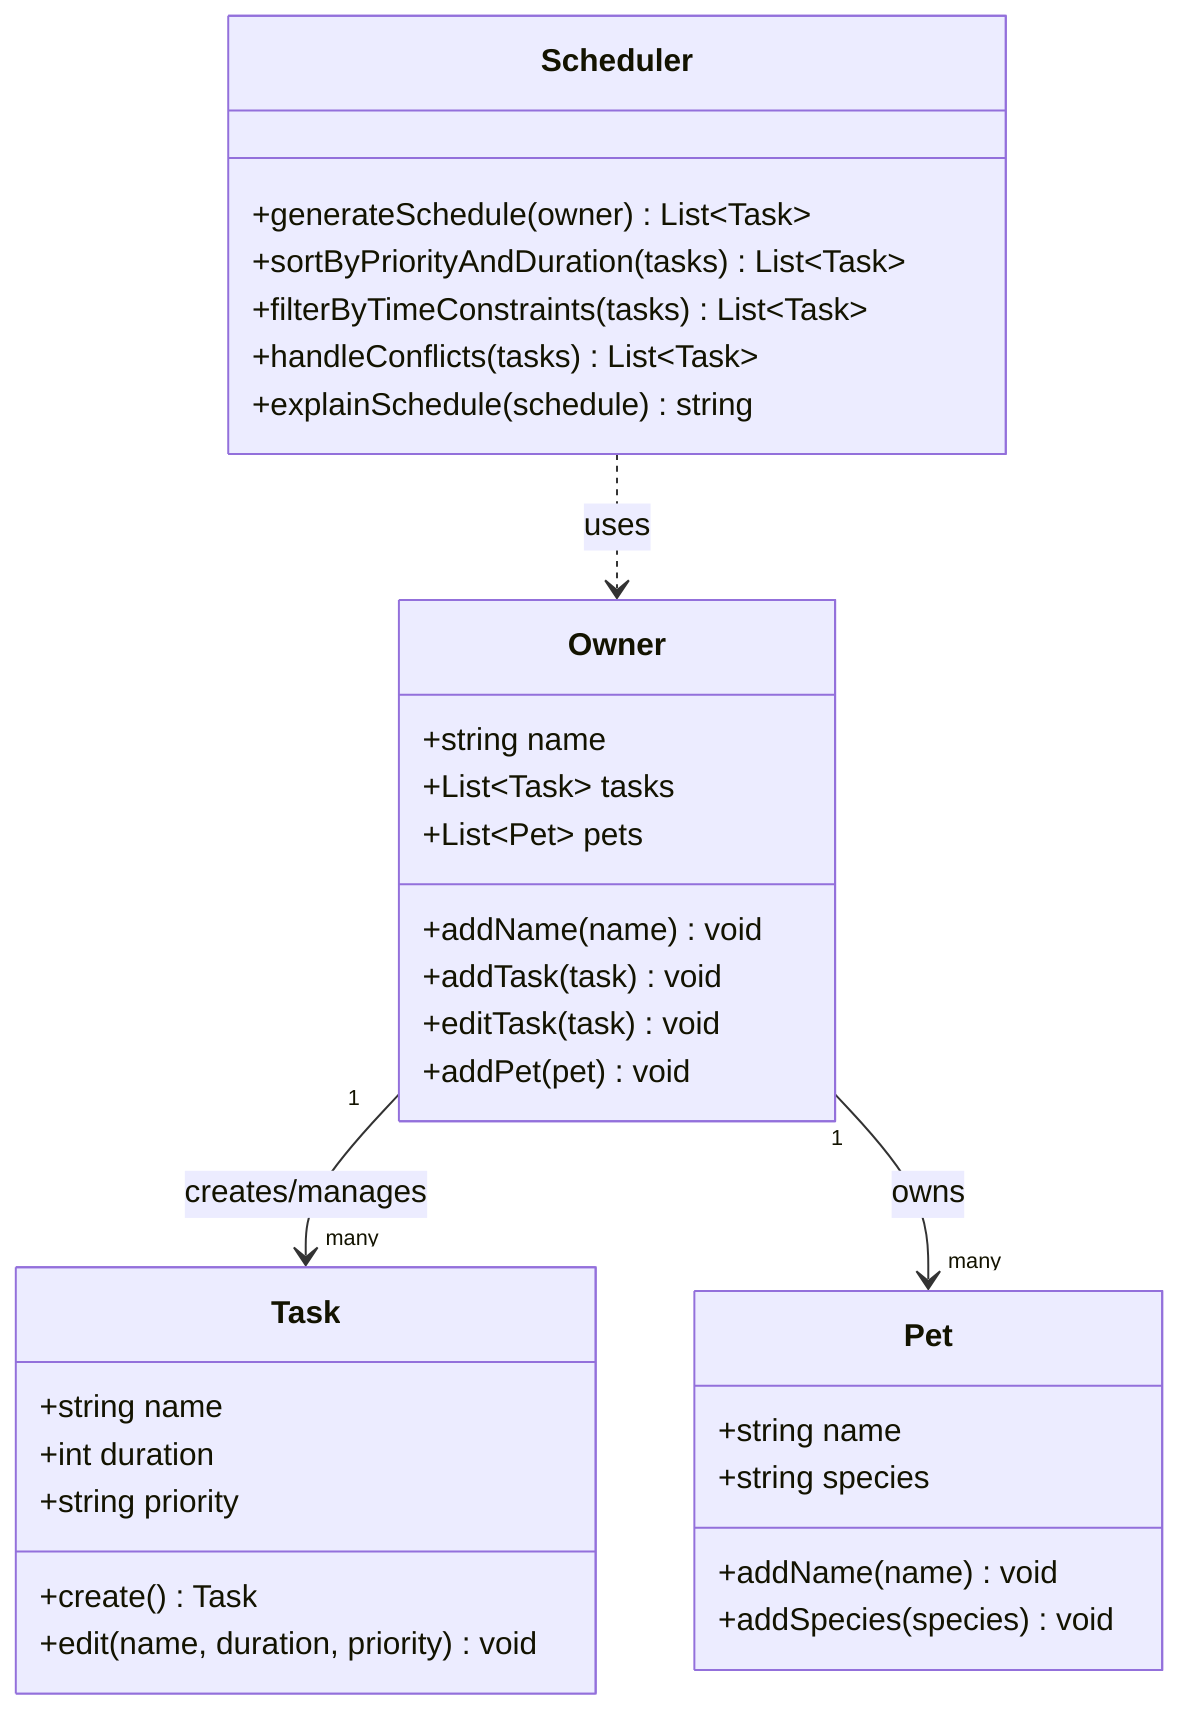
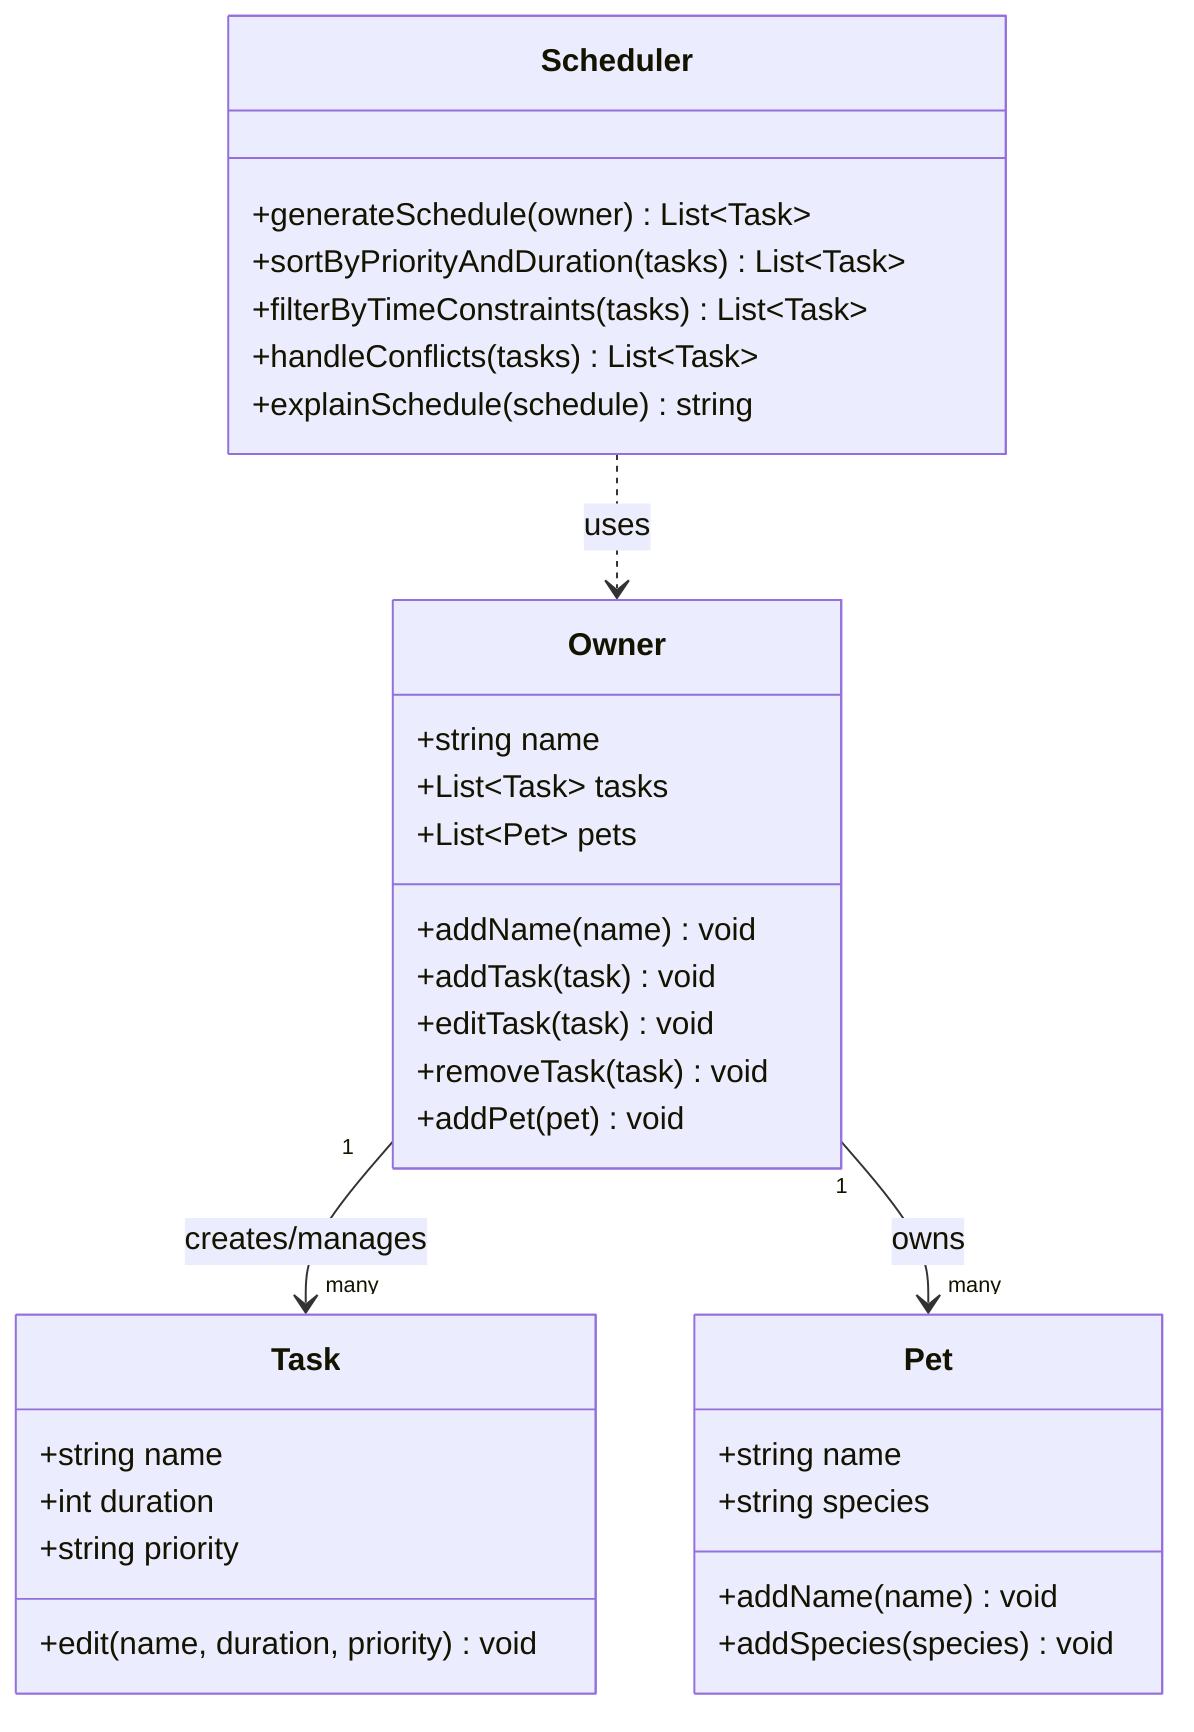
classDiagram
    class Task {
        +string name
        +int duration
        +string priority
-         +create() Task
        +edit(name, duration, priority) void
    }

    class Owner {
        +string name
        +List~Task~ tasks
        +List~Pet~ pets
        +addName(name) void
        +addTask(task) void
        +editTask(task) void
+         +removeTask(task) void
        +addPet(pet) void
    }

    class Pet {
        +string name
        +string species
        +addName(name) void
        +addSpecies(species) void
    }

    class Scheduler {
        +generateSchedule(owner) List~Task~
        +sortByPriorityAndDuration(tasks) List~Task~
        +filterByTimeConstraints(tasks) List~Task~
        +handleConflicts(tasks) List~Task~
        +explainSchedule(schedule) string
    }

    Owner "1" --> "many" Task : creates/manages
    Owner "1" --> "many" Pet : owns
    Scheduler ..> Owner : uses
